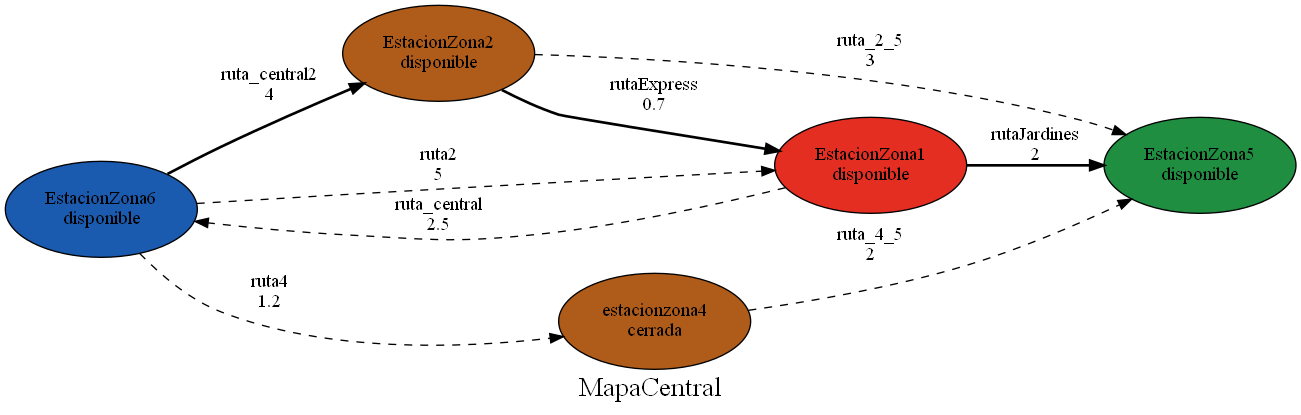
Before: Images/Mapa.gv.png, a diagram exported from Graphviz (AdrianMolina2000/-LF-Proyecto1). Its source is kept beside it as Images/Mapa.gv.
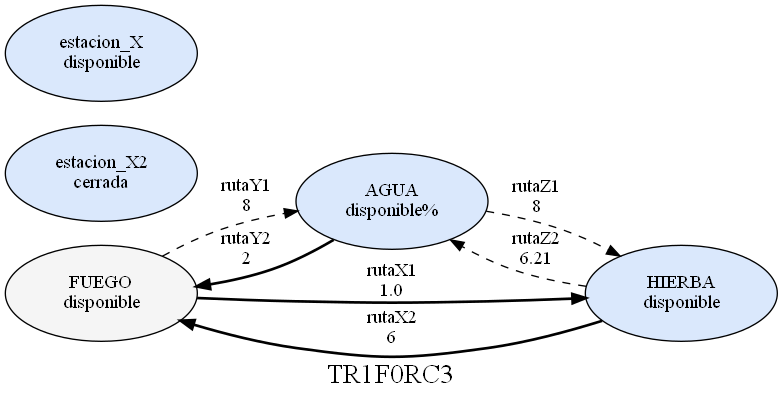
After the change.

What changed in the source:
```diff
@@ -1,37 +1,33 @@
 digraph Mapa {
-	node [color=black fillcolor="#1A5AAF" fixedsize=true height=1 shape=oval style=filled width=2]
-	estacionzona6 [label="EstacionZona6
+	node [color=black fillcolor="#f5f5f5" fixedsize=true height=1 shape=oval style=filled width=2]
+	fuego [label="FUEGO
 disponible"]
-	node [color=black fillcolor="#AF5B1A" fixedsize=true height=1 shape=oval style=filled width=2]
-	estacionzona2 [label="EstacionZona2
+	node [color=black fillcolor="#dae8fc" fixedsize=true height=1 shape=oval style=filled width=2]
+	agua [label="AGUA
+disponible%"]
+	node [color=black fillcolor="#dae8fc" fixedsize=true height=1 shape=oval style=filled width=2]
+	hierba [label="HIERBA
 disponible"]
-	node [color=black fillcolor="#E52E22" fixedsize=true height=1 shape=oval style=filled width=2]
-	estacionzona1 [label="EstacionZona1
+	node [color=black fillcolor="#dae8fc" fixedsize=true height=1 shape=oval style=filled width=2]
+	estacion_x2 [label="estacion_X2
+cerrada"]
+	node [color=black fillcolor="#dae8fc" fixedsize=true height=1 shape=oval style=filled width=2]
+	estacion_x [label="estacion_X
 disponible"]
-	node [color=black fillcolor="#208E40" fixedsize=true height=1 shape=oval style=filled width=2]
-	estacionzona5 [label="EstacionZona5
-disponible"]
-	node [color=black fillcolor="#AF5B1A" fixedsize=true height=1 shape=oval style=filled width=2]
-	estacionzona4 [label="estacionzona4
-cerrada"]
-	estacionzona1 -> estacionzona6 [label="ruta_central
-2.5" style=dashed]
-	estacionzona6 -> estacionzona2 [label="ruta_central2
-4" style=bold]
-	estacionzona6 -> estacionzona1 [label="ruta2
-5" style=dashed]
-	estacionzona2 -> estacionzona1 [label="rutaExpress
-0.7" style=bold]
-	estacionzona1 -> estacionzona5 [label="rutaJardines
+	fuego -> hierba [label="rutaX1
+1.0" style=bold]
+	hierba -> fuego [label="rutaX2
+6" style=bold]
+	hierba -> agua [label="rutaZ2
+6.21" style=dashed]
+	agua -> hierba [label="rutaZ1
+8" style=dashed]
+	agua -> fuego [label="rutaY2
 2" style=bold]
-	estacionzona6 -> estacionzona4 [label="ruta4
-1.2" style=dashed]
-	estacionzona4 -> estacionzona5 [label="ruta_4_5
-2" style=dashed]
-	estacionzona2 -> estacionzona5 [label="ruta_2_5
-3" style=dashed]
+	fuego -> agua [label="rutaY1
+8" style=dashed]
 	overlap=false
-	label=MapaCentral
+	label=TR1F0RC3
 	fontsize=20
 	rankdir=LR
 }
```
